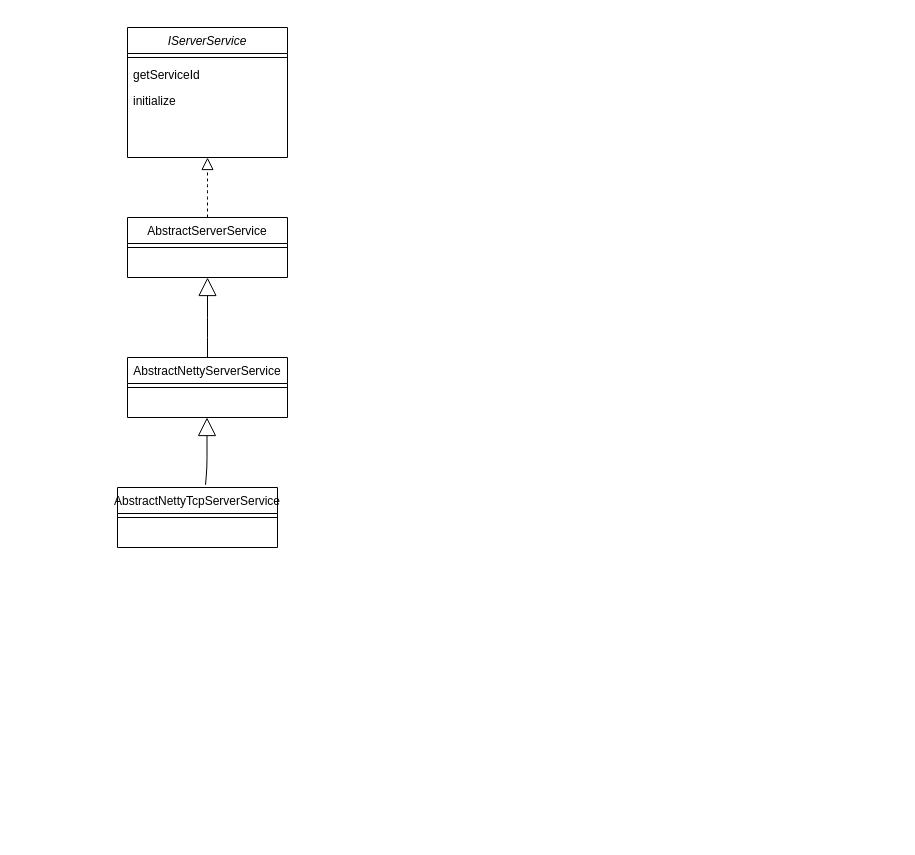
kevinchen008/dragon keeps this draw.io diagram as Untitled Diagram.drawio. Above is the earlier version. Source tidied: cells renumbered, new cells numbered last; positions are measured from the earlier drawing's top-left corner, leaving out a move shared by most shapes. Both pictures are drawn from the tidied source at 100%, with x=0, y=0 at pixel (117, 27).
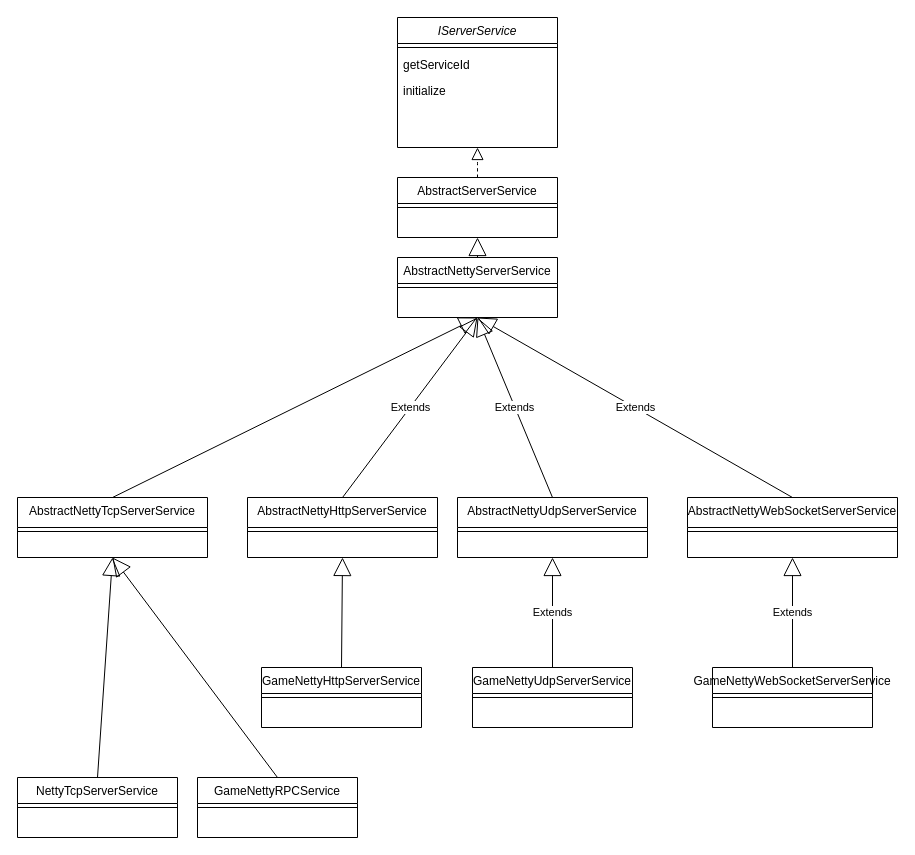
The same diagram, later.

Diff of the diagram source:
```diff
@@
+    <mxCell id="7" style="endArrow=block;endSize=16;endFill=0;html=1;entryX=0.5;entryY=1;entryDx=0;entryDy=0;exitX=0.5;exitY=0;exitDx=0;exitDy=0;" parent="1" edge="1" source="8" target="10">
+      <mxGeometry y="10" relative="1" as="geometry" />
+    </mxCell>
+    <mxCell id="14" style="endArrow=block;endSize=16;endFill=0;html=1;entryX=0.5;entryY=1;entryDx=0;entryDy=0;exitX=0.5;exitY=0;exitDx=0;exitDy=0;" parent="1" edge="1" source="12" target="8">
+      <mxGeometry y="10" relative="1" as="geometry" />
+    </mxCell>
+    <mxCell id="15" style="endArrow=block;endSize=16;endFill=0;html=1;entryX=0.5;entryY=1;entryDx=0;entryDy=0;exitX=0.5;exitY=0;exitDx=0;exitDy=0;" parent="1" edge="1" source="35" target="12">
+      <mxGeometry y="10" relative="1" as="geometry" />
+    </mxCell>
+    <mxCell id="12" value="AbstractNettyTcpServerService" style="swimlane;fontStyle=0;align=center;verticalAlign=top;horizontal=1;startSize=30;rounded=0;shadow=0;strokeWidth=1;" parent="1" vertex="1">
+      <mxGeometry x="-100" y="470" width="190" height="60" as="geometry" />
+    </mxCell>
+    <mxCell id="13" style="line;html=1;strokeWidth=1;align=left;verticalAlign=middle;spacingTop=-1;spacingLeft=3;spacingRight=3;labelPosition=right;" parent="12" vertex="1">
+      <mxGeometry y="30" width="190" height="8" as="geometry" />
+    </mxCell>
+    <mxCell id="16" value="Extends" style="endArrow=block;endSize=16;endFill=0;html=1;exitX=0.5;exitY=0;exitDx=0;exitDy=0;entryX=0.5;entryY=1;entryDx=0;entryDy=0;" parent="1" edge="1" source="17" target="8">
+      <mxGeometry relative="1" as="geometry" />
+    </mxCell>
+    <mxCell id="17" value="AbstractNettyHttpServerService" style="swimlane;fontStyle=0;align=center;verticalAlign=top;horizontal=1;startSize=30;rounded=0;shadow=0;strokeWidth=1;" parent="1" vertex="1">
+      <mxGeometry x="130" y="470" width="190" height="60" as="geometry" />
+    </mxCell>
+    <mxCell id="18" style="line;html=1;strokeWidth=1;align=left;verticalAlign=middle;spacingTop=-1;spacingLeft=3;spacingRight=3;labelPosition=right;" parent="17" vertex="1">
+      <mxGeometry y="30" width="190" height="8" as="geometry" />
+    </mxCell>
+    <mxCell id="19" value="AbstractNettyUdpServerService" style="swimlane;fontStyle=0;align=center;verticalAlign=top;horizontal=1;startSize=30;rounded=0;shadow=0;strokeWidth=1;" parent="1" vertex="1">
+      <mxGeometry x="340" y="470" width="190" height="60" as="geometry" />
+    </mxCell>
+    <mxCell id="20" style="line;html=1;strokeWidth=1;align=left;verticalAlign=middle;spacingTop=-1;spacingLeft=3;spacingRight=3;labelPosition=right;" parent="19" vertex="1">
+      <mxGeometry y="30" width="190" height="8" as="geometry" />
+    </mxCell>
+    <mxCell id="21" value="AbstractNettyWebSocketServerService" style="swimlane;fontStyle=0;align=center;verticalAlign=top;horizontal=1;startSize=30;rounded=0;shadow=0;strokeWidth=1;" parent="1" vertex="1">
+      <mxGeometry x="570" y="470" width="210" height="60" as="geometry" />
+    </mxCell>
+    <mxCell id="22" style="line;html=1;strokeWidth=1;align=left;verticalAlign=middle;spacingTop=-1;spacingLeft=3;spacingRight=3;labelPosition=right;" parent="21" vertex="1">
+      <mxGeometry y="30" width="210" height="8" as="geometry" />
+    </mxCell>
+    <mxCell id="23" value="Extends" style="endArrow=block;endSize=16;endFill=0;html=1;exitX=0.5;exitY=0;exitDx=0;exitDy=0;entryX=0.5;entryY=1;entryDx=0;entryDy=0;" parent="1" edge="1" source="19" target="8">
+      <mxGeometry relative="1" as="geometry" />
+    </mxCell>
+    <mxCell id="8" value="AbstractNettyServerService" style="swimlane;fontStyle=0;align=center;verticalAlign=top;horizontal=1;startSize=26;rounded=0;shadow=0;strokeWidth=1;" parent="1" vertex="1">
+      <mxGeometry x="280" y="230" width="160" height="60" as="geometry" />
+    </mxCell>
+    <mxCell id="9" style="line;html=1;strokeWidth=1;align=left;verticalAlign=middle;spacingTop=-1;spacingLeft=3;spacingRight=3;labelPosition=right;" parent="8" vertex="1">
+      <mxGeometry y="26" width="160" height="8" as="geometry" />
+    </mxCell>
+    <mxCell id="24" value="Extends" style="endArrow=block;endSize=16;endFill=0;html=1;exitX=0.5;exitY=0;exitDx=0;exitDy=0;entryX=0.5;entryY=1;entryDx=0;entryDy=0;" parent="1" edge="1" source="21" target="8">
+      <mxGeometry relative="1" as="geometry" />
+    </mxCell>
+    <mxCell id="25" style="endArrow=block;endSize=16;endFill=0;html=1;entryX=0.5;entryY=1;entryDx=0;entryDy=0;exitX=0.5;exitY=0;exitDx=0;exitDy=0;" parent="1" edge="1" source="26" target="17">
+      <mxGeometry y="10" relative="1" as="geometry" />
+    </mxCell>
+    <mxCell id="26" value="GameNettyHttpServerService" style="swimlane;fontStyle=0;align=center;verticalAlign=top;horizontal=1;startSize=26;rounded=0;shadow=0;strokeWidth=1;" parent="1" vertex="1">
+      <mxGeometry x="144" y="640" width="160" height="60" as="geometry" />
+    </mxCell>
+    <mxCell id="27" style="line;html=1;strokeWidth=1;align=left;verticalAlign=middle;spacingTop=-1;spacingLeft=3;spacingRight=3;labelPosition=right;" parent="26" vertex="1">
+      <mxGeometry y="26" width="160" height="8" as="geometry" />
+    </mxCell>
+    <mxCell id="28" value="Extends" style="endArrow=block;endSize=16;endFill=0;html=1;entryX=0.5;entryY=1;entryDx=0;entryDy=0;" parent="1" edge="1" source="29" target="19">
+      <mxGeometry relative="1" as="geometry" />
+    </mxCell>
+    <mxCell id="29" value="GameNettyUdpServerService" style="swimlane;fontStyle=0;align=center;verticalAlign=top;horizontal=1;startSize=26;rounded=0;shadow=0;strokeWidth=1;" parent="1" vertex="1">
+      <mxGeometry x="355" y="640" width="160" height="60" as="geometry" />
+    </mxCell>
+    <mxCell id="30" style="line;html=1;strokeWidth=1;align=left;verticalAlign=middle;spacingTop=-1;spacingLeft=3;spacingRight=3;labelPosition=right;" parent="29" vertex="1">
+      <mxGeometry y="26" width="160" height="8" as="geometry" />
+    </mxCell>
+    <mxCell id="31" value="Extends" style="endArrow=block;endSize=16;endFill=0;html=1;entryX=0.5;entryY=1;entryDx=0;entryDy=0;exitX=0.5;exitY=0;exitDx=0;exitDy=0;" parent="1" edge="1" source="32" target="21">
+      <mxGeometry relative="1" as="geometry" />
+    </mxCell>
+    <mxCell id="32" value="GameNettyWebSocketServerService" style="swimlane;fontStyle=0;align=center;verticalAlign=top;horizontal=1;startSize=26;rounded=0;shadow=0;strokeWidth=1;" parent="1" vertex="1">
+      <mxGeometry x="595" y="640" width="160" height="60" as="geometry" />
+    </mxCell>
+    <mxCell id="33" style="line;html=1;strokeWidth=1;align=left;verticalAlign=middle;spacingTop=-1;spacingLeft=3;spacingRight=3;labelPosition=right;" parent="32" vertex="1">
+      <mxGeometry y="26" width="160" height="8" as="geometry" />
+    </mxCell>
+    <mxCell id="34" style="endArrow=block;endSize=16;endFill=0;html=1;entryX=0.5;entryY=1;entryDx=0;entryDy=0;exitX=0.5;exitY=0;exitDx=0;exitDy=0;" parent="1" edge="1" source="37" target="12">
+      <mxGeometry y="10" relative="1" as="geometry" />
+    </mxCell>
+    <mxCell id="35" value="NettyTcpServerService" style="swimlane;fontStyle=0;align=center;verticalAlign=top;horizontal=1;startSize=26;rounded=0;shadow=0;strokeWidth=1;" parent="1" vertex="1">
+      <mxGeometry x="-100" y="750" width="160" height="60" as="geometry" />
+    </mxCell>
+    <mxCell id="36" style="line;html=1;strokeWidth=1;align=left;verticalAlign=middle;spacingTop=-1;spacingLeft=3;spacingRight=3;labelPosition=right;" parent="35" vertex="1">
+      <mxGeometry y="26" width="160" height="8" as="geometry" />
+    </mxCell>
+    <mxCell id="37" value="GameNettyRPCService" style="swimlane;fontStyle=0;align=center;verticalAlign=top;horizontal=1;startSize=26;rounded=0;shadow=0;strokeWidth=1;" parent="1" vertex="1">
+      <mxGeometry x="80" y="750" width="160" height="60" as="geometry" />
+    </mxCell>
+    <mxCell id="38" style="line;html=1;strokeWidth=1;align=left;verticalAlign=middle;spacingTop=-1;spacingLeft=3;spacingRight=3;labelPosition=right;" parent="37" vertex="1">
+      <mxGeometry y="26" width="160" height="8" as="geometry" />
+    </mxCell>
+    <mxCell id="10" value="AbstractServerService" style="swimlane;fontStyle=0;align=center;verticalAlign=top;horizontal=1;startSize=26;rounded=0;shadow=0;strokeWidth=1;" parent="1" vertex="1">
+      <mxGeometry x="280" y="150" width="160" height="60" as="geometry" />
+    </mxCell>
+    <mxCell id="11" style="line;html=1;strokeWidth=1;align=left;verticalAlign=middle;spacingTop=-1;spacingLeft=3;spacingRight=3;labelPosition=right;" parent="10" vertex="1">
+      <mxGeometry y="26" width="160" height="8" as="geometry" />
+    </mxCell>
     <mxCell id="3" value="IServerService" style="swimlane;fontStyle=2;align=center;verticalAlign=top;horizontal=1;startSize=26;rounded=0;shadow=0;strokeWidth=1;" parent="1" vertex="1">
-      <mxGeometry x="10" width="160" height="130" as="geometry" />
+      <mxGeometry x="280" y="-10" width="160" height="130" as="geometry" />
     </mxCell>
@@
-    <mxCell id="7" style="endArrow=block;endSize=16;endFill=0;html=1;entryX=0.5;entryY=1;entryDx=0;entryDy=0;exitX=0.5;exitY=0;exitDx=0;exitDy=0;" parent="1" edge="1" source="8" target="10">
-      <mxGeometry y="10" relative="1" as="geometry">
-        <Array as="points">
-          <mxPoint x="90" y="300" />
-        </Array>
-      </mxGeometry>
-    </mxCell>
-    <mxCell id="8" value="AbstractNettyServerService" style="swimlane;fontStyle=0;align=center;verticalAlign=top;horizontal=1;startSize=26;rounded=0;shadow=0;strokeWidth=1;" parent="1" vertex="1">
-      <mxGeometry x="10" y="330" width="160" height="60" as="geometry" />
-    </mxCell>
-    <mxCell id="9" style="line;html=1;strokeWidth=1;align=left;verticalAlign=middle;spacingTop=-1;spacingLeft=3;spacingRight=3;labelPosition=right;" parent="8" vertex="1">
-      <mxGeometry y="26" width="160" height="8" as="geometry" />
-    </mxCell>
-    <mxCell id="10" value="AbstractServerService" style="swimlane;fontStyle=0;align=center;verticalAlign=top;horizontal=1;startSize=26;rounded=0;shadow=0;strokeWidth=1;" parent="1" vertex="1">
-      <mxGeometry x="10" y="190" width="160" height="60" as="geometry" />
-    </mxCell>
-    <mxCell id="11" style="line;html=1;strokeWidth=1;align=left;verticalAlign=middle;spacingTop=-1;spacingLeft=3;spacingRight=3;labelPosition=right;" parent="10" vertex="1">
-      <mxGeometry y="26" width="160" height="8" as="geometry" />
-    </mxCell>
-    <mxCell id="12" value="AbstractNettyTcpServerService" style="swimlane;fontStyle=0;align=center;verticalAlign=top;horizontal=1;startSize=26;rounded=0;shadow=0;strokeWidth=1;" parent="1" vertex="1">
-      <mxGeometry y="460" width="160" height="60" as="geometry" />
-    </mxCell>
-    <mxCell id="13" style="line;html=1;strokeWidth=1;align=left;verticalAlign=middle;spacingTop=-1;spacingLeft=3;spacingRight=3;labelPosition=right;" parent="12" vertex="1">
-      <mxGeometry y="26" width="160" height="8" as="geometry" />
-    </mxCell>
-    <mxCell id="14" style="endArrow=block;endSize=16;endFill=0;html=1;entryX=0.5;entryY=1;entryDx=0;entryDy=0;exitX=0.55;exitY=-0.044;exitDx=0;exitDy=0;exitPerimeter=0;" parent="1" edge="1" source="12">
-      <mxGeometry y="10" relative="1" as="geometry">
-        <mxPoint x="89.5" y="390" as="targetPoint" />
-        <Array as="points">
-          <mxPoint x="89.5" y="440" />
-        </Array>
-      </mxGeometry>
-    </mxCell>
```
